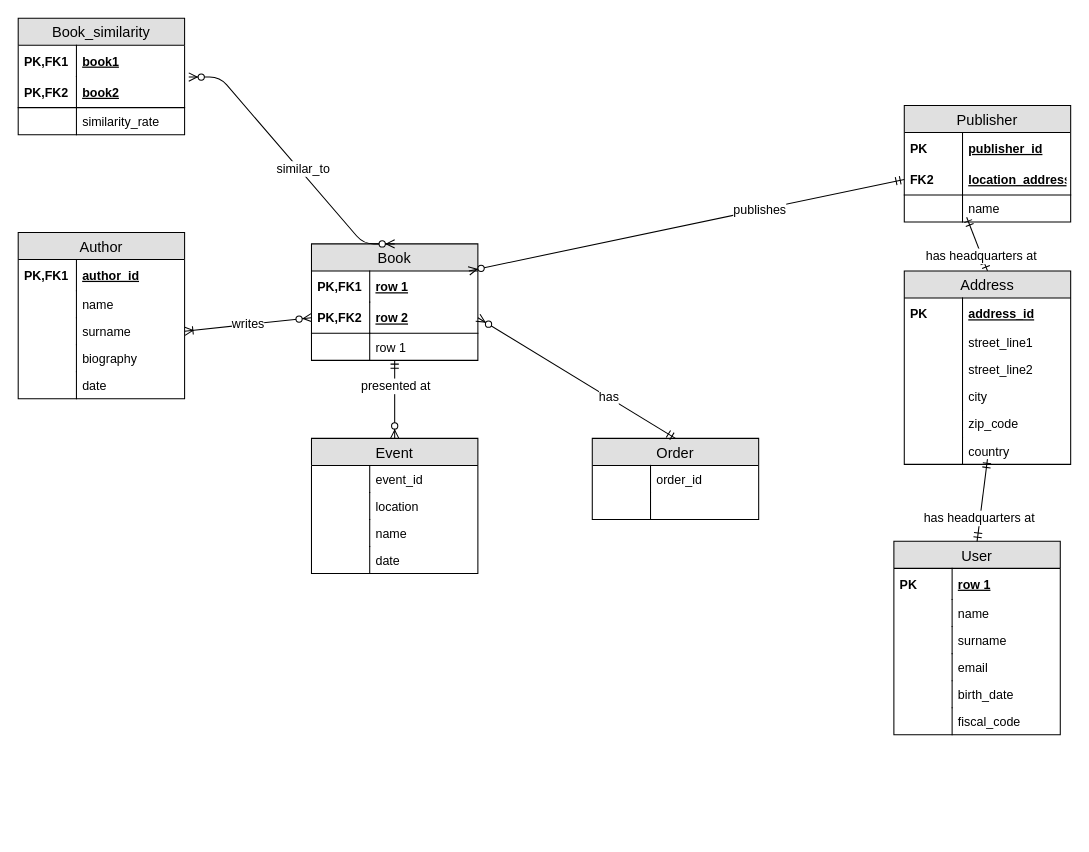
malta895/hypermedia-project keeps this draw.io diagram as other/er_diagram/ER_correct.drawio. Above is the earlier version. Source tidied: cells renumbered, new cells numbered last; positions are measured from the earlier drawing's top-left corner, leaving out a move shared by most shapes. Both pictures are drawn from the tidied source at 104%, with x=0, y=0 at pixel (18, 18).
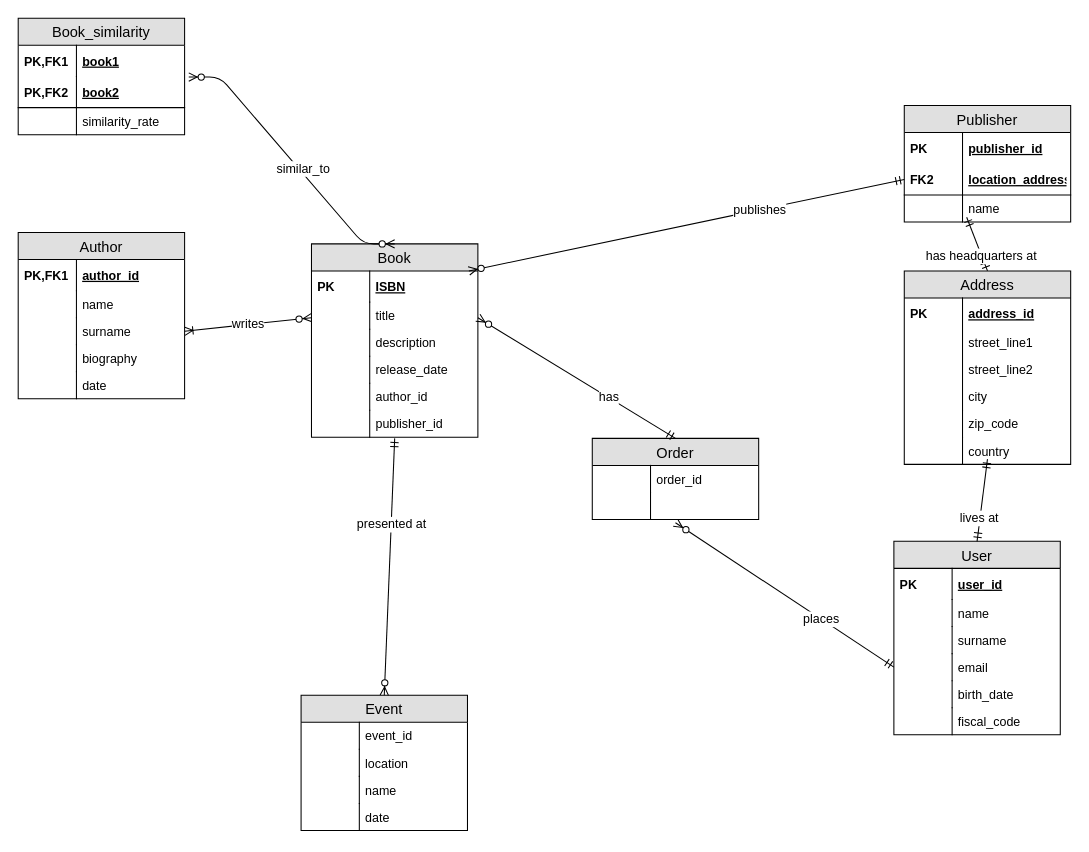
After the change.

The change refers to these unchanged cells:
```xml
<mxCell id="23" value="User" style="swimlane;fontStyle=0;horizontal=1;startSize=26;fillColor=#e0e0e0;swimlaneFillColor=#ffffff;align=center;fontSize=14;" parent="1" vertex="1">
  <mxGeometry x="842" y="503" width="160" height="186" as="geometry" />
</mxCell>
<mxCell id="30" value="email" style="shape=partialRectangle;top=0;left=0;right=0;bottom=0;align=left;verticalAlign=top;fillColor=none;spacingLeft=60;spacingRight=4;overflow=hidden;points=[[0,0.5],[1,0.5]];portConstraint=eastwest;fontSize=12;" parent="23" vertex="1">
  <mxGeometry y="108" width="160" height="26" as="geometry" />
</mxCell>
<mxCell id="36" value="Order" style="swimlane;fontStyle=0;horizontal=1;startSize=26;fillColor=#e0e0e0;swimlaneFillColor=#ffffff;align=center;fontSize=14;" parent="1" vertex="1">
  <mxGeometry x="552" y="404" width="160" height="78" as="geometry" />
</mxCell>
<mxCell id="39" style="shape=partialRectangle;top=0;left=0;right=0;bottom=0;align=left;verticalAlign=top;fillColor=none;spacingLeft=60;spacingRight=4;overflow=hidden;points=[[0,0.5],[1,0.5]];portConstraint=eastwest;fontSize=12;" parent="36" vertex="1">
  <mxGeometry y="52" width="160" height="26" as="geometry" />
</mxCell>
<mxCell id="62" value="surname" style="shape=partialRectangle;top=0;left=0;right=0;bottom=0;align=left;verticalAlign=top;fillColor=none;spacingLeft=60;spacingRight=4;overflow=hidden;points=[[0,0.5],[1,0.5]];portConstraint=eastwest;fontSize=12;" parent="57" vertex="1">
  <mxGeometry y="82" width="160" height="26" as="geometry" />
</mxCell>
<mxCell id="85" style="fontSize=12;html=1;endArrow=ERmandOne;startArrow=ERmandOne;exitX=0.5;exitY=0;exitDx=0;exitDy=0;" parent="1" edge="1" source="23">
  <mxGeometry relative="1" as="geometry">
    <mxPoint x="932" y="424" as="targetPoint" />
  </mxGeometry>
</mxCell>
```

Diff of the diagram source:
```diff
@@
-    <mxCell id="2" value="writes&lt;br&gt;" style="fontSize=12;html=1;endArrow=ERoneToMany;startArrow=ERzeroToMany;endFill=1;snapToPoint=0;entryX=1;entryY=0.5;entryDx=0;entryDy=0;exitX=0;exitY=0.5;exitDx=0;exitDy=0;" parent="1" edge="1" source="53" target="62">
-      <mxGeometry relative="1" as="geometry" />
+    <mxCell id="2" value="writes&lt;br&gt;" style="fontSize=12;html=1;endArrow=ERoneToMany;startArrow=ERzeroToMany;endFill=1;snapToPoint=0;entryX=1;entryY=0.5;entryDx=0;entryDy=0;exitX=0;exitY=0.5;exitDx=0;exitDy=0;" parent="1" edge="1" target="62">
+      <mxGeometry relative="1" as="geometry">
+        <mxPoint x="282" y="288" as="sourcePoint" />
+      </mxGeometry>
     </mxCell>
@@
-    <mxCell id="24" value="row 1" style="shape=partialRectangle;top=0;left=0;right=0;bottom=0;align=left;verticalAlign=middle;fillColor=none;spacingLeft=60;spacingRight=4;overflow=hidden;fontStyle=5;fontSize=12;" parent="23" vertex="1">
+    <mxCell id="24" value="user_id" style="shape=partialRectangle;top=0;left=0;right=0;bottom=0;align=left;verticalAlign=middle;fillColor=none;spacingLeft=60;spacingRight=4;overflow=hidden;fontStyle=5;fontSize=12;" parent="23" vertex="1">
       <mxGeometry y="26" width="160" height="30" as="geometry" />
     </mxCell>
@@
     <mxCell id="41" value="Event" style="swimlane;fontStyle=0;horizontal=1;startSize=26;fillColor=#e0e0e0;swimlaneFillColor=#ffffff;align=center;fontSize=14;" parent="1" vertex="1">
-      <mxGeometry x="282" y="404" width="160" height="130" as="geometry" />
+      <mxGeometry x="272" y="651" width="160" height="130" as="geometry" />
     </mxCell>
@@
     <mxCell id="50" value="Book" style="swimlane;fontStyle=0;horizontal=1;startSize=26;fillColor=#e0e0e0;swimlaneFillColor=#ffffff;align=center;fontSize=14;" parent="1" vertex="1">
-      <mxGeometry x="282" y="217" width="160" height="112" as="geometry" />
+      <mxGeometry x="282" y="217" width="160" height="186" as="geometry" />
     </mxCell>
-    <mxCell id="51" value="row 1" style="shape=partialRectangle;top=0;left=0;right=0;bottom=0;align=left;verticalAlign=middle;fillColor=none;spacingLeft=60;spacingRight=4;overflow=hidden;points=[[0,0.5],[1,0.5]];portConstraint=eastwest;fontStyle=5;fontSize=12;" parent="50" vertex="1">
+    <mxCell id="51" value="ISBN" style="shape=partialRectangle;top=0;left=0;right=0;bottom=0;align=left;verticalAlign=middle;fillColor=none;spacingLeft=60;spacingRight=4;overflow=hidden;points=[[0,0.5],[1,0.5]];portConstraint=eastwest;fontStyle=5;fontSize=12;" parent="50" vertex="1">
       <mxGeometry y="26" width="160" height="30" as="geometry" />
     </mxCell>
-    <mxCell id="52" value="PK,FK1" style="shape=partialRectangle;fontStyle=1;top=0;left=0;bottom=0;fillColor=none;align=left;verticalAlign=middle;spacingLeft=4;spacingRight=4;overflow=hidden;fontSize=12;" parent="51" vertex="1">
+    <mxCell id="52" value="PK" style="shape=partialRectangle;fontStyle=1;top=0;left=0;bottom=0;fillColor=none;align=left;verticalAlign=middle;spacingLeft=4;spacingRight=4;overflow=hidden;fontSize=12;" parent="51" vertex="1">
       <mxGeometry width="56" height="30" as="geometry" />
     </mxCell>
-    <mxCell id="53" value="row 2" style="shape=partialRectangle;top=0;left=0;right=0;bottom=1;align=left;verticalAlign=middle;fillColor=none;spacingLeft=60;spacingRight=4;overflow=hidden;points=[[0,0.5],[1,0.5]];portConstraint=eastwest;fontStyle=5;fontSize=12;" parent="50" vertex="1">
-      <mxGeometry y="56" width="160" height="30" as="geometry" />
-    </mxCell>
-    <mxCell id="54" value="PK,FK2" style="shape=partialRectangle;fontStyle=1;top=0;left=0;bottom=0;fillColor=none;align=left;verticalAlign=middle;spacingLeft=4;spacingRight=4;overflow=hidden;fontSize=12;" parent="53" vertex="1">
-      <mxGeometry width="56" height="30" as="geometry" />
-    </mxCell>
-    <mxCell id="55" value="row 1" style="shape=partialRectangle;top=0;left=0;right=0;bottom=0;align=left;verticalAlign=top;fillColor=none;spacingLeft=60;spacingRight=4;overflow=hidden;points=[[0,0.5],[1,0.5]];portConstraint=eastwest;fontSize=12;" parent="50" vertex="1">
-      <mxGeometry y="86" width="160" height="26" as="geometry" />
+    <mxCell id="55" value="title" style="shape=partialRectangle;top=0;left=0;right=0;bottom=0;align=left;verticalAlign=top;fillColor=none;spacingLeft=60;spacingRight=4;overflow=hidden;points=[[0,0.5],[1,0.5]];portConstraint=eastwest;fontSize=12;" parent="50" vertex="1">
+      <mxGeometry y="56" width="160" height="26" as="geometry" />
     </mxCell>
@@
+    <mxCell id="87" value="description" style="shape=partialRectangle;top=0;left=0;right=0;bottom=0;align=left;verticalAlign=top;fillColor=none;spacingLeft=60;spacingRight=4;overflow=hidden;fontSize=12;" parent="50" vertex="1">
+      <mxGeometry y="82" width="160" height="26" as="geometry" />
+    </mxCell>
+    <mxCell id="88" style="shape=partialRectangle;top=0;left=0;bottom=0;fillColor=none;align=left;verticalAlign=top;spacingLeft=4;spacingRight=4;overflow=hidden;fontSize=12;" parent="87" vertex="1">
+      <mxGeometry width="56" height="26" as="geometry" />
+    </mxCell>
+    <mxCell id="89" value="release_date" style="shape=partialRectangle;top=0;left=0;right=0;bottom=0;align=left;verticalAlign=top;fillColor=none;spacingLeft=60;spacingRight=4;overflow=hidden;fontSize=12;" parent="50" vertex="1">
+      <mxGeometry y="108" width="160" height="26" as="geometry" />
+    </mxCell>
+    <mxCell id="90" style="shape=partialRectangle;top=0;left=0;bottom=0;fillColor=none;align=left;verticalAlign=top;spacingLeft=4;spacingRight=4;overflow=hidden;fontSize=12;" parent="89" vertex="1">
+      <mxGeometry width="56" height="26" as="geometry" />
+    </mxCell>
+    <mxCell id="91" value="author_id" style="shape=partialRectangle;top=0;left=0;right=0;bottom=0;align=left;verticalAlign=top;fillColor=none;spacingLeft=60;spacingRight=4;overflow=hidden;fontSize=12;" parent="50" vertex="1">
+      <mxGeometry y="134" width="160" height="26" as="geometry" />
+    </mxCell>
+    <mxCell id="92" style="shape=partialRectangle;top=0;left=0;bottom=0;fillColor=none;align=left;verticalAlign=top;spacingLeft=4;spacingRight=4;overflow=hidden;fontSize=12;" parent="91" vertex="1">
+      <mxGeometry width="56" height="26" as="geometry" />
+    </mxCell>
+    <mxCell id="93" value="publisher_id" style="shape=partialRectangle;top=0;left=0;right=0;bottom=0;align=left;verticalAlign=top;fillColor=none;spacingLeft=60;spacingRight=4;overflow=hidden;fontSize=12;" parent="50" vertex="1">
+      <mxGeometry y="160" width="160" height="26" as="geometry" />
+    </mxCell>
+    <mxCell id="94" style="shape=partialRectangle;top=0;left=0;bottom=0;fillColor=none;align=left;verticalAlign=top;spacingLeft=4;spacingRight=4;overflow=hidden;fontSize=12;" parent="93" vertex="1">
+      <mxGeometry width="56" height="26" as="geometry" />
+    </mxCell>
@@
-    <mxCell id="77" style="fontSize=12;html=1;endArrow=ERzeroToMany;startArrow=ERmandOne;entryX=0.5;entryY=0;entryDx=0;entryDy=0;exitX=0.5;exitY=0.985;exitDx=0;exitDy=0;exitPerimeter=0;" parent="1" edge="1" source="55" target="41">
-      <mxGeometry relative="1" as="geometry" />
+    <mxCell id="77" style="fontSize=12;html=1;endArrow=ERzeroToMany;startArrow=ERmandOne;entryX=0.5;entryY=0;entryDx=0;entryDy=0;" parent="1" edge="1" target="41">
+      <mxGeometry relative="1" as="geometry">
+        <mxPoint x="362" y="404" as="sourcePoint" />
+      </mxGeometry>
     </mxCell>
@@
-    <mxCell id="79" style="fontSize=12;html=1;endArrow=ERzeroToMany;startArrow=ERmandOne;entryX=1;entryY=0.5;entryDx=0;entryDy=0;exitX=0.5;exitY=0;exitDx=0;exitDy=0;" parent="1" edge="1" source="36" target="53">
-      <mxGeometry relative="1" as="geometry" />
+    <mxCell id="79" style="fontSize=12;html=1;endArrow=ERzeroToMany;startArrow=ERmandOne;entryX=1;entryY=0.5;entryDx=0;entryDy=0;exitX=0.5;exitY=0;exitDx=0;exitDy=0;" parent="1" edge="1" source="36">
+      <mxGeometry relative="1" as="geometry">
+        <mxPoint x="442" y="288" as="targetPoint" />
+      </mxGeometry>
     </mxCell>
@@
-    <mxCell id="86" value="has headquarters at" style="text;html=1;align=center;verticalAlign=middle;labelBackgroundColor=#ffffff;" parent="85" vertex="1">
+    <mxCell id="86" value="lives at" style="text;html=1;align=center;verticalAlign=middle;labelBackgroundColor=#ffffff;" parent="85" vertex="1">
       <mxGeometry x="-0.43" y="1" relative="1" as="geometry" />
     </mxCell>
+    <mxCell id="95" style="fontSize=12;html=1;endArrow=ERzeroToMany;startArrow=ERmandOne;entryX=0.5;entryY=1.123;entryDx=0;entryDy=0;exitX=0;exitY=0.5;exitDx=0;exitDy=0;entryPerimeter=0;" parent="1" edge="1" source="30" target="39">
+      <mxGeometry relative="1" as="geometry" />
+    </mxCell>
+    <mxCell id="96" value="places&lt;br&gt;" style="text;html=1;align=center;verticalAlign=middle;labelBackgroundColor=#ffffff;" parent="95" vertex="1">
+      <mxGeometry x="-0.33" relative="1" as="geometry" />
+    </mxCell>
```
